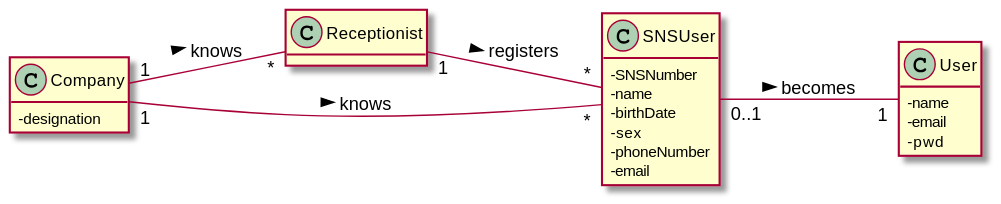
Before: docs/SprintB/US03/DM/US03_DM.svg, a diagram exported from PlantUML (miseEnPlace-i/lapr2).
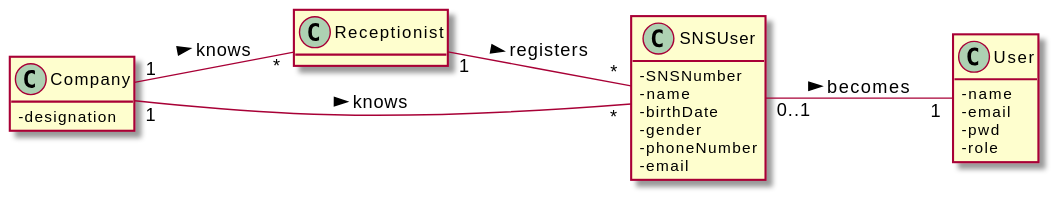
Later version of the same file.

The edit, as a diff of the source:
```diff
@@ -10,7 +10,7 @@
   - SNSNumber
   - name
   - birthDate
-  - sex
+  - gender
   - phoneNumber
   - email
 }
@@ -23,6 +23,7 @@
   - name
   - email
   - pwd
+  - role
 }
 
 Receptionist "1" -- "*" SNSUser : registers >
```
